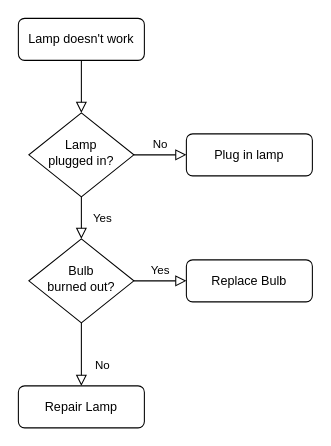
The draw.io diagram Untitled Diagram.drawio in tycoond2108/crops-farmer, before the edit. Source tidied: cells renumbered, new cells numbered last; positions are measured from the earlier drawing's top-left corner, leaving out a move shared by most shapes. Both pictures are drawn from the tidied source at 105%, with x=0, y=0 at pixel (18, 18).
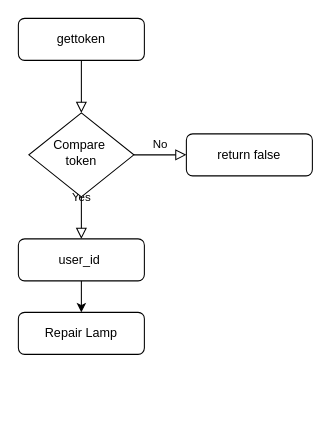
The same diagram, later.

What changed in the source:
```diff
@@
 <mxGraphModel>
   <root>
     <mxCell id="0" />
     <mxCell id="1" parent="0" />
     <mxCell id="2" style="rounded=0;html=1;jettySize=auto;fontSize=11;endArrow=block;endFill=0;endSize=8;strokeWidth=1;shadow=0;labelBackgroundColor=none;edgeStyle=orthogonalEdgeStyle;" parent="1" edge="1" source="3" target="6">
       <mxGeometry relative="1" as="geometry" />
     </mxCell>
-    <mxCell id="3" value="Lamp doesn't work" style="rounded=1;whiteSpace=wrap;html=1;fontSize=12;glass=0;strokeWidth=1;shadow=0;" parent="1" vertex="1">
+    <mxCell id="3" value="gettoken" style="rounded=1;whiteSpace=wrap;html=1;fontSize=12;glass=0;strokeWidth=1;shadow=0;" parent="1" vertex="1">
       <mxGeometry width="120" height="40" as="geometry" />
     </mxCell>
-    <mxCell id="4" value="Yes" style="rounded=0;html=1;jettySize=auto;fontSize=11;endArrow=block;endFill=0;endSize=8;strokeWidth=1;shadow=0;labelBackgroundColor=none;edgeStyle=orthogonalEdgeStyle;" parent="1" edge="1" source="6" target="10">
-      <mxGeometry y="20" relative="1" as="geometry" />
+    <mxCell id="4" value="Yes" style="rounded=0;html=1;jettySize=auto;fontSize=11;endArrow=block;endFill=0;endSize=8;strokeWidth=1;shadow=0;labelBackgroundColor=none;edgeStyle=orthogonalEdgeStyle;" parent="1" edge="1" source="6">
+      <mxGeometry y="20" relative="1" as="geometry">
+        <mxPoint x="60" y="210" as="targetPoint" />
+      </mxGeometry>
     </mxCell>
     <mxCell id="5" value="No" style="edgeStyle=orthogonalEdgeStyle;rounded=0;html=1;jettySize=auto;fontSize=11;endArrow=block;endFill=0;endSize=8;strokeWidth=1;shadow=0;labelBackgroundColor=none;" parent="1" edge="1" source="6" target="7">
       <mxGeometry y="10" relative="1" as="geometry" />
     </mxCell>
-    <mxCell id="6" value="Lamp&lt;br&gt;plugged in?" style="rhombus;whiteSpace=wrap;html=1;shadow=0;fontFamily=Helvetica;fontSize=12;align=center;strokeWidth=1;spacing=6;spacingTop=-4;" parent="1" vertex="1">
+    <mxCell id="6" value="Compare&amp;nbsp;&lt;br&gt;token" style="rhombus;whiteSpace=wrap;html=1;shadow=0;fontFamily=Helvetica;fontSize=12;align=center;strokeWidth=1;spacing=6;spacingTop=-4;" parent="1" vertex="1">
       <mxGeometry x="10" y="90" width="100" height="80" as="geometry" />
     </mxCell>
-    <mxCell id="7" value="Plug in lamp" style="rounded=1;whiteSpace=wrap;html=1;fontSize=12;glass=0;strokeWidth=1;shadow=0;" parent="1" vertex="1">
+    <mxCell id="7" value="return false" style="rounded=1;whiteSpace=wrap;html=1;fontSize=12;glass=0;strokeWidth=1;shadow=0;" parent="1" vertex="1">
       <mxGeometry x="160" y="110" width="120" height="40" as="geometry" />
     </mxCell>
-    <mxCell id="8" value="No" style="rounded=0;html=1;jettySize=auto;fontSize=11;endArrow=block;endFill=0;endSize=8;strokeWidth=1;shadow=0;labelBackgroundColor=none;edgeStyle=orthogonalEdgeStyle;" parent="1" edge="1" source="10" target="11">
-      <mxGeometry x="0.33" y="20" relative="1" as="geometry" />
-    </mxCell>
-    <mxCell id="9" value="Yes" style="edgeStyle=orthogonalEdgeStyle;rounded=0;html=1;jettySize=auto;fontSize=11;endArrow=block;endFill=0;endSize=8;strokeWidth=1;shadow=0;labelBackgroundColor=none;" parent="1" edge="1" source="10" target="12">
-      <mxGeometry y="10" relative="1" as="geometry" />
-    </mxCell>
-    <mxCell id="10" value="Bulb&lt;br&gt;burned out?" style="rhombus;whiteSpace=wrap;html=1;shadow=0;fontFamily=Helvetica;fontSize=12;align=center;strokeWidth=1;spacing=6;spacingTop=-4;" parent="1" vertex="1">
-      <mxGeometry x="10" y="210" width="100" height="80" as="geometry" />
-    </mxCell>
     <mxCell id="11" value="Repair Lamp" style="rounded=1;whiteSpace=wrap;html=1;fontSize=12;glass=0;strokeWidth=1;shadow=0;" parent="1" vertex="1">
-      <mxGeometry y="350" width="120" height="40" as="geometry" />
+      <mxGeometry y="280" width="120" height="40" as="geometry" />
     </mxCell>
+    <mxCell id="13" style="edgeStyle=orthogonalEdgeStyle;rounded=0;jettySize=auto;html=1;entryX=0.5;entryY=0;entryDx=0;entryDy=0;" parent="1" edge="1" source="12" target="11">
+      <mxGeometry relative="1" as="geometry" />
+    </mxCell>
-    <mxCell id="12" value="Replace Bulb" style="rounded=1;whiteSpace=wrap;html=1;fontSize=12;glass=0;strokeWidth=1;shadow=0;" parent="1" vertex="1">
-      <mxGeometry x="160" y="230" width="120" height="40" as="geometry" />
+    <mxCell id="12" value="user_id&amp;nbsp;" style="rounded=1;whiteSpace=wrap;html=1;fontSize=12;glass=0;strokeWidth=1;shadow=0;" parent="1" vertex="1">
+      <mxGeometry y="210" width="120" height="40" as="geometry" />
     </mxCell>
   </root>
 </mxGraphModel>
```
